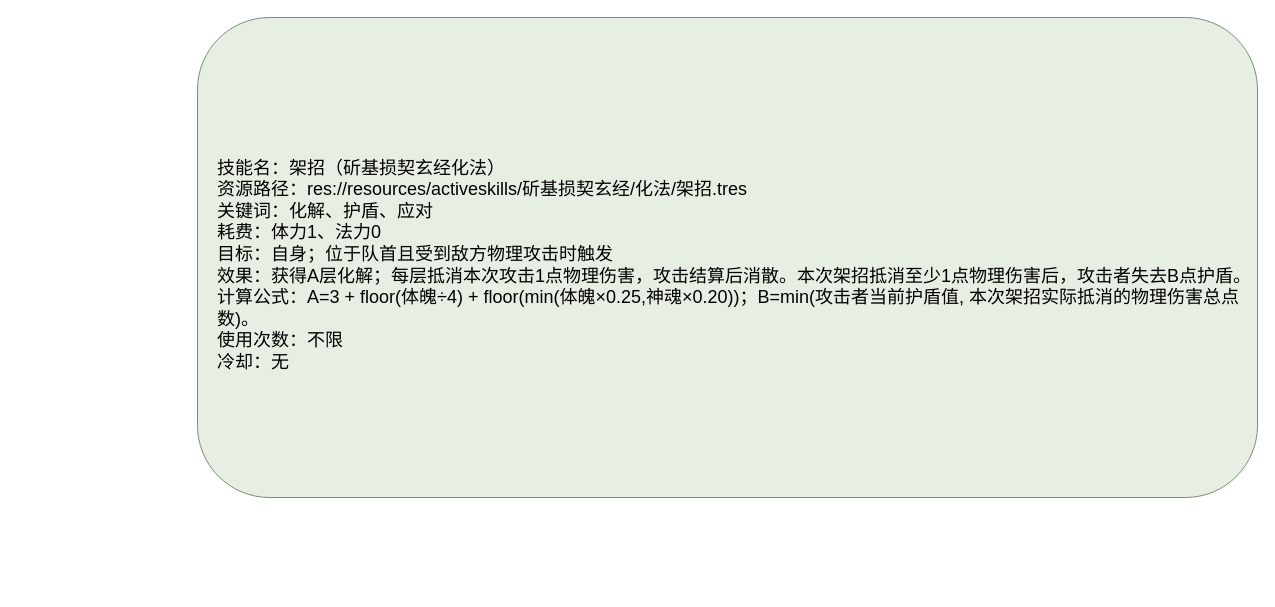
The draw.io diagram page "架招" (1 of 2) of docs/卡牌词典/秘籍技能/斫基损契玄经/架招.drawio in ankundanetracyc-spec/tian-guan-you-du, before the edit. Source tidied: cells renumbered, new cells numbered last; positions are measured from the earlier drawing's top-left corner, leaving out a move shared by most shapes. Both pictures are drawn from the tidied source at 100%, with x=0, y=0 at pixel (197, 17).
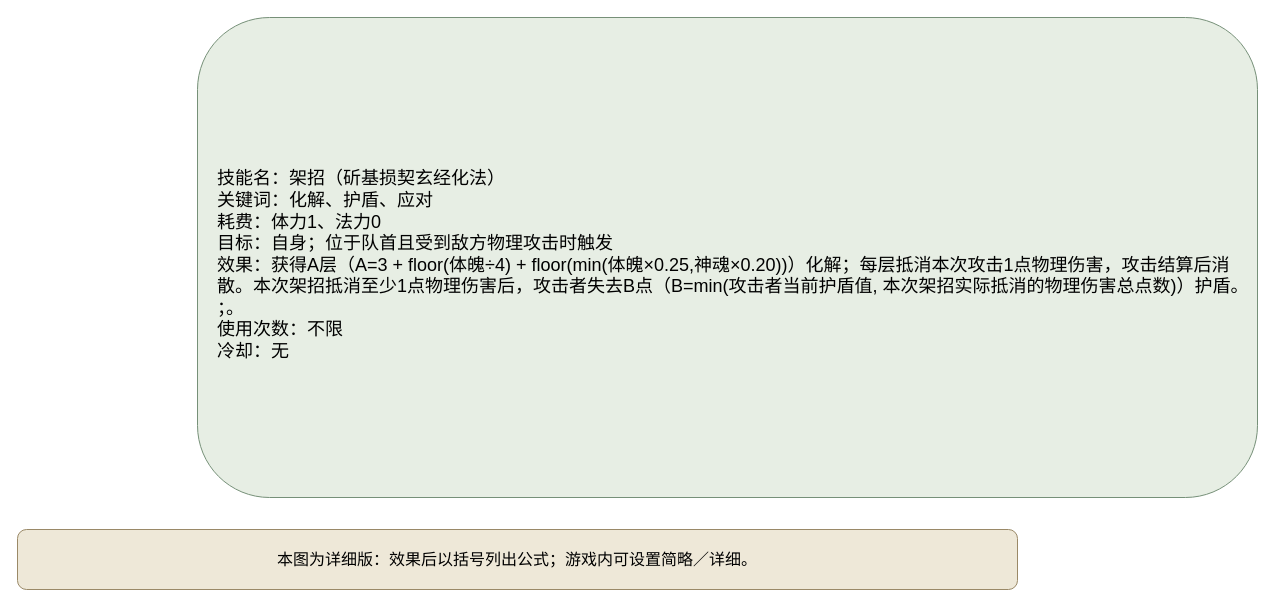
The same page after the edit.

The edit, as a diff of the source:
```diff
@@
 <mxGraphModel>
   <root>
     <mxCell id="0" />
     <mxCell id="1" parent="0" />
-    <mxCell id="2" value="&lt;div style=&quot;text-align:left;&quot;&gt;技能名：架招（斫基损契玄经化法）&lt;br&gt;资源路径：res://resources/activeskills/斫基损契玄经/化法/架招.tres&lt;br&gt;关键词：化解、护盾、应对&lt;br&gt;耗费：体力1、法力0&lt;br&gt;目标：自身；位于队首且受到敌方物理攻击时触发&lt;br&gt;效果：获得A层化解；每层抵消本次攻击1点物理伤害，攻击结算后消散。本次架招抵消至少1点物理伤害后，攻击者失去B点护盾。&lt;br&gt;计算公式：A=3 + floor(体魄÷4) + floor(min(体魄×0.25,神魂×0.20))；B=min(攻击者当前护盾值, 本次架招实际抵消的物理伤害总点数)。&lt;br&gt;使用次数：不限&lt;br&gt;冷却：无&lt;/div&gt;" style="rounded=1;whiteSpace=wrap;html=1;fillColor=#e7eee4;strokeColor=#769078;fontSize=18;align=left;spacingLeft=18;spacingTop=16;" parent="1" vertex="1">
+    <mxCell id="2" value="技能名：架招（斫基损契玄经化法）&#10;关键词：化解、护盾、应对&#10;耗费：体力1、法力0&#10;目标：自身；位于队首且受到敌方物理攻击时触发&#10;效果：获得A层（A=3 + floor(体魄÷4) + floor(min(体魄×0.25,神魂×0.20))）化解；每层抵消本次攻击1点物理伤害，攻击结算后消散。本次架招抵消至少1点物理伤害后，攻击者失去B点（B=min(攻击者当前护盾值, 本次架招实际抵消的物理伤害总点数)）护盾。&#10;；。&#10;使用次数：不限&#10;冷却：无" style="rounded=1;whiteSpace=wrap;html=1;fillColor=#e7eee4;strokeColor=#769078;fontSize=18;align=left;spacingLeft=18;spacingTop=16;" parent="1" vertex="1">
       <mxGeometry width="1060" height="480" as="geometry" />
     </mxCell>
+    <mxCell id="3" value="本图为详细版：效果后以括号列出公式；游戏内可设置简略／详细。" style="rounded=1;whiteSpace=wrap;html=1;fillColor=#eee8d8;strokeColor=#9a8967;fontSize=16;" parent="1" vertex="1">
+      <mxGeometry x="-180" y="512" width="1000" height="60" as="geometry" />
+    </mxCell>
   </root>
 </mxGraphModel>
```
